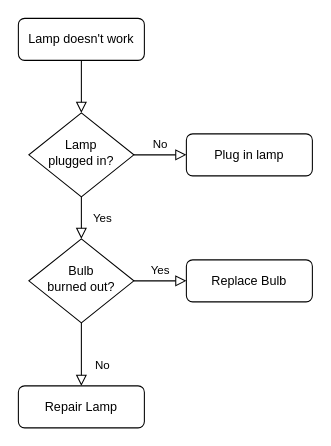
This is flowchart, odd or even.drawio from KrithikBavanendiran/Lesson-1--Introduction-to-Python, a draw.io file, before an edit. Source tidied: cells renumbered, new cells numbered last; positions are measured from the earlier drawing's top-left corner, leaving out a move shared by most shapes. Both pictures are drawn from the tidied source at 105%, with x=0, y=0 at pixel (18, 18).
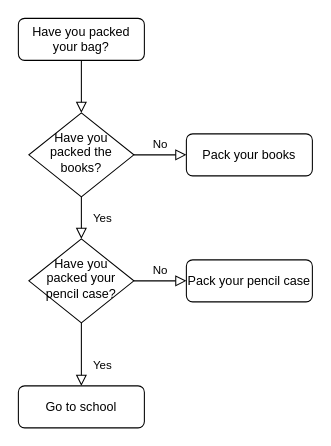
The same diagram, later.

Diff of the diagram source:
```diff
@@
 <mxGraphModel>
   <root>
     <mxCell id="0" />
     <mxCell id="1" parent="0" />
     <mxCell id="2" style="rounded=0;html=1;jettySize=auto;fontSize=11;endArrow=block;endFill=0;endSize=8;strokeWidth=1;shadow=0;labelBackgroundColor=none;edgeStyle=orthogonalEdgeStyle;" parent="1" edge="1" source="3" target="6">
       <mxGeometry relative="1" as="geometry" />
     </mxCell>
-    <mxCell id="3" value="Lamp doesn't work" style="rounded=1;whiteSpace=wrap;html=1;fontSize=12;glass=0;strokeWidth=1;shadow=0;" parent="1" vertex="1">
+    <mxCell id="3" value="Have you packed your bag?" style="rounded=1;whiteSpace=wrap;html=1;fontSize=12;glass=0;strokeWidth=1;shadow=0;" parent="1" vertex="1">
       <mxGeometry width="120" height="40" as="geometry" />
     </mxCell>
     <mxCell id="4" value="Yes" style="rounded=0;html=1;jettySize=auto;fontSize=11;endArrow=block;endFill=0;endSize=8;strokeWidth=1;shadow=0;labelBackgroundColor=none;edgeStyle=orthogonalEdgeStyle;" parent="1" edge="1" source="6" target="10">
       <mxGeometry y="20" relative="1" as="geometry" />
     </mxCell>
     <mxCell id="5" value="No" style="edgeStyle=orthogonalEdgeStyle;rounded=0;html=1;jettySize=auto;fontSize=11;endArrow=block;endFill=0;endSize=8;strokeWidth=1;shadow=0;labelBackgroundColor=none;" parent="1" edge="1" source="6" target="7">
       <mxGeometry y="10" relative="1" as="geometry" />
     </mxCell>
-    <mxCell id="6" value="Lamp&lt;br&gt;plugged in?" style="rhombus;whiteSpace=wrap;html=1;shadow=0;fontFamily=Helvetica;fontSize=12;align=center;strokeWidth=1;spacing=6;spacingTop=-4;" parent="1" vertex="1">
+    <mxCell id="6" value="Have you packed the books?" style="rhombus;whiteSpace=wrap;html=1;shadow=0;fontFamily=Helvetica;fontSize=12;align=center;strokeWidth=1;spacing=6;spacingTop=-4;" parent="1" vertex="1">
       <mxGeometry x="10" y="90" width="100" height="80" as="geometry" />
     </mxCell>
-    <mxCell id="7" value="Plug in lamp" style="rounded=1;whiteSpace=wrap;html=1;fontSize=12;glass=0;strokeWidth=1;shadow=0;" parent="1" vertex="1">
+    <mxCell id="7" value="Pack your books" style="rounded=1;whiteSpace=wrap;html=1;fontSize=12;glass=0;strokeWidth=1;shadow=0;" parent="1" vertex="1">
       <mxGeometry x="160" y="110" width="120" height="40" as="geometry" />
     </mxCell>
-    <mxCell id="8" value="No" style="rounded=0;html=1;jettySize=auto;fontSize=11;endArrow=block;endFill=0;endSize=8;strokeWidth=1;shadow=0;labelBackgroundColor=none;edgeStyle=orthogonalEdgeStyle;" parent="1" edge="1" source="10" target="11">
+    <mxCell id="8" value="Yes" style="rounded=0;html=1;jettySize=auto;fontSize=11;endArrow=block;endFill=0;endSize=8;strokeWidth=1;shadow=0;labelBackgroundColor=none;edgeStyle=orthogonalEdgeStyle;" parent="1" edge="1" source="10" target="11">
       <mxGeometry x="0.33" y="20" relative="1" as="geometry" />
     </mxCell>
-    <mxCell id="9" value="Yes" style="edgeStyle=orthogonalEdgeStyle;rounded=0;html=1;jettySize=auto;fontSize=11;endArrow=block;endFill=0;endSize=8;strokeWidth=1;shadow=0;labelBackgroundColor=none;" parent="1" edge="1" source="10" target="12">
+    <mxCell id="9" value="No" style="edgeStyle=orthogonalEdgeStyle;rounded=0;html=1;jettySize=auto;fontSize=11;endArrow=block;endFill=0;endSize=8;strokeWidth=1;shadow=0;labelBackgroundColor=none;" parent="1" edge="1" source="10" target="12">
       <mxGeometry y="10" relative="1" as="geometry" />
     </mxCell>
-    <mxCell id="10" value="Bulb&lt;br&gt;burned out?" style="rhombus;whiteSpace=wrap;html=1;shadow=0;fontFamily=Helvetica;fontSize=12;align=center;strokeWidth=1;spacing=6;spacingTop=-4;" parent="1" vertex="1">
+    <mxCell id="10" value="Have you packed your pencil case?" style="rhombus;whiteSpace=wrap;html=1;shadow=0;fontFamily=Helvetica;fontSize=12;align=center;strokeWidth=1;spacing=6;spacingTop=-4;" parent="1" vertex="1">
       <mxGeometry x="10" y="210" width="100" height="80" as="geometry" />
     </mxCell>
-    <mxCell id="11" value="Repair Lamp" style="rounded=1;whiteSpace=wrap;html=1;fontSize=12;glass=0;strokeWidth=1;shadow=0;" parent="1" vertex="1">
+    <mxCell id="11" value="Go to school" style="rounded=1;whiteSpace=wrap;html=1;fontSize=12;glass=0;strokeWidth=1;shadow=0;" parent="1" vertex="1">
       <mxGeometry y="350" width="120" height="40" as="geometry" />
     </mxCell>
-    <mxCell id="12" value="Replace Bulb" style="rounded=1;whiteSpace=wrap;html=1;fontSize=12;glass=0;strokeWidth=1;shadow=0;" parent="1" vertex="1">
+    <mxCell id="12" value="Pack your pencil case" style="rounded=1;whiteSpace=wrap;html=1;fontSize=12;glass=0;strokeWidth=1;shadow=0;" parent="1" vertex="1">
       <mxGeometry x="160" y="230" width="120" height="40" as="geometry" />
     </mxCell>
   </root>
 </mxGraphModel>
```
